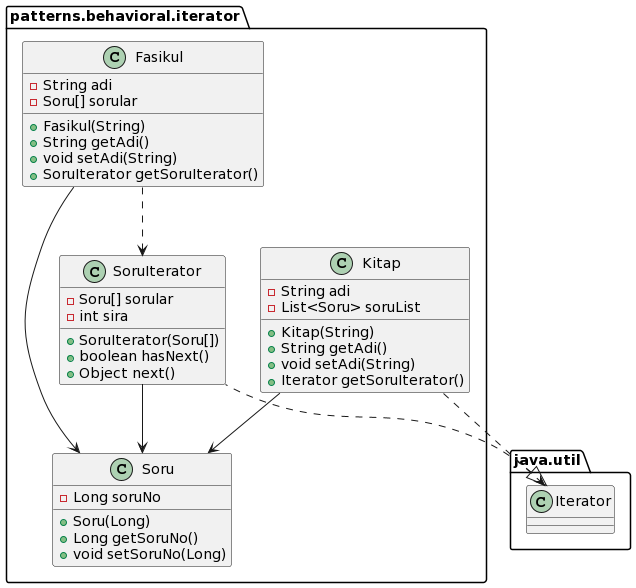
The PlantUML diagram umls/behavioral/IteratorUML.png in MertBaran/Design-Patterns, before a commit.
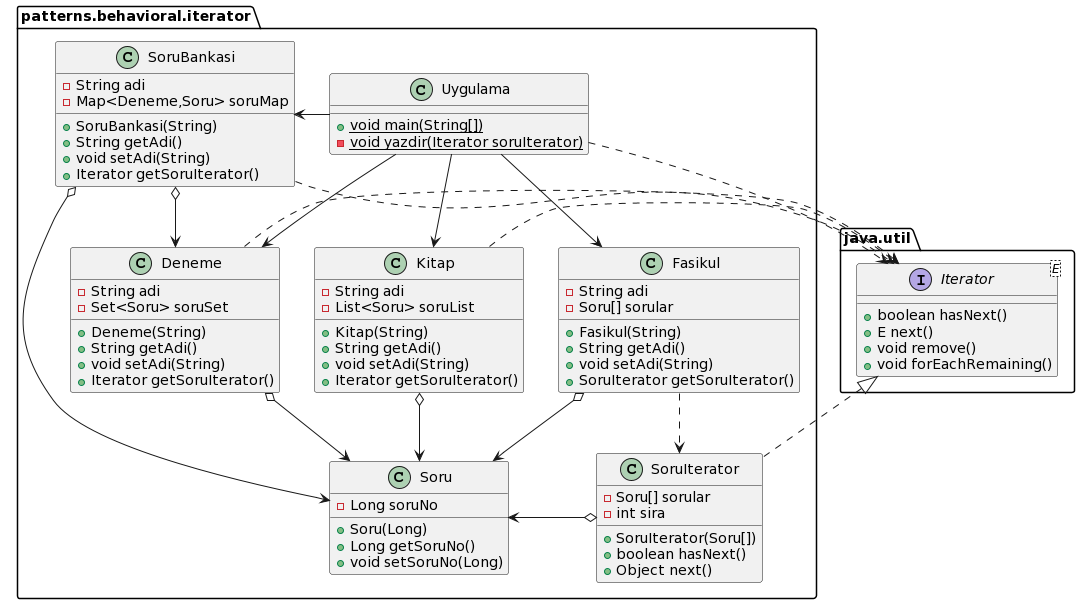
The same diagram one commit later.

What changed in the source:
```diff
@@ -28,11 +28,47 @@
 + Long getSoruNo()
 + void setSoruNo(Long)
 }
+class patterns.behavioral.iterator.Deneme{
+- String adi
+- Set<Soru> soruSet
++ Deneme(String)
++ String getAdi()
++ void setAdi(String)
++ Iterator getSoruIterator()
+}
+class patterns.behavioral.iterator.SoruBankasi{
+- String adi
+- Map<Deneme,Soru> soruMap
++ SoruBankasi(String)
++ String getAdi()
++ void setAdi(String)
++ Iterator getSoruIterator()
+}
+interface java.util.Iterator<E>{
++ boolean hasNext()
++ E next()
++ void remove()
++ void forEachRemaining()
+}
+class patterns.behavioral.iterator.Uygulama{
 
-patterns.behavioral.iterator.SoruIterator --> patterns.behavioral.iterator.Soru
-patterns.behavioral.iterator.Fasikul --> patterns.behavioral.iterator.Soru
++ {static} void main(String[])
+- {static} void yazdir(Iterator soruIterator)
+}
+patterns.behavioral.iterator.Uygulama -> patterns.behavioral.iterator.SoruBankasi
+patterns.behavioral.iterator.Uygulama -> patterns.behavioral.iterator.Deneme
+patterns.behavioral.iterator.Uygulama -> patterns.behavioral.iterator.Kitap
+patterns.behavioral.iterator.Uygulama -> patterns.behavioral.iterator.Fasikul
+patterns.behavioral.iterator.Uygulama ..> java.util.Iterator
+patterns.behavioral.iterator.SoruBankasi o--> patterns.behavioral.iterator.Deneme
+patterns.behavioral.iterator.SoruBankasi o--> patterns.behavioral.iterator.Soru
+patterns.behavioral.iterator.SoruBankasi ..> java.util.Iterator
+patterns.behavioral.iterator.Deneme ..> java.util.Iterator
+patterns.behavioral.iterator.Deneme o--> patterns.behavioral.iterator.Soru
+patterns.behavioral.iterator.SoruIterator o-> patterns.behavioral.iterator.Soru
+patterns.behavioral.iterator.Fasikul o--> patterns.behavioral.iterator.Soru
 patterns.behavioral.iterator.Fasikul ..> patterns.behavioral.iterator.SoruIterator
-patterns.behavioral.iterator.Kitap --> patterns.behavioral.iterator.Soru
-patterns.behavioral.iterator.Kitap ..> java.util.Iterator
+patterns.behavioral.iterator.Kitap o--> patterns.behavioral.iterator.Soru
+patterns.behavioral.iterator.Kitap .> java.util.Iterator
 java.util.Iterator <|.. patterns.behavioral.iterator.SoruIterator
 @enduml
```
